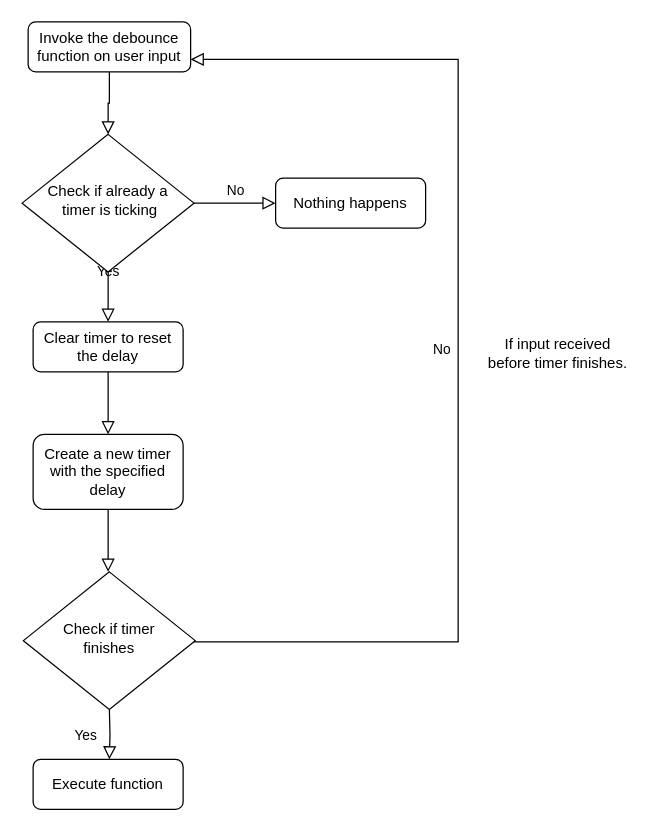
Earlier version of the draw.io diagram Untitled Diagram.drawio (ankurnecessary/diagrams). Source tidied: cells renumbered, new cells numbered last; positions are measured from the earlier drawing's top-left corner, leaving out a move shared by most shapes. Both pictures are drawn from the tidied source at 125%, with x=0, y=0 at pixel (21, 21).
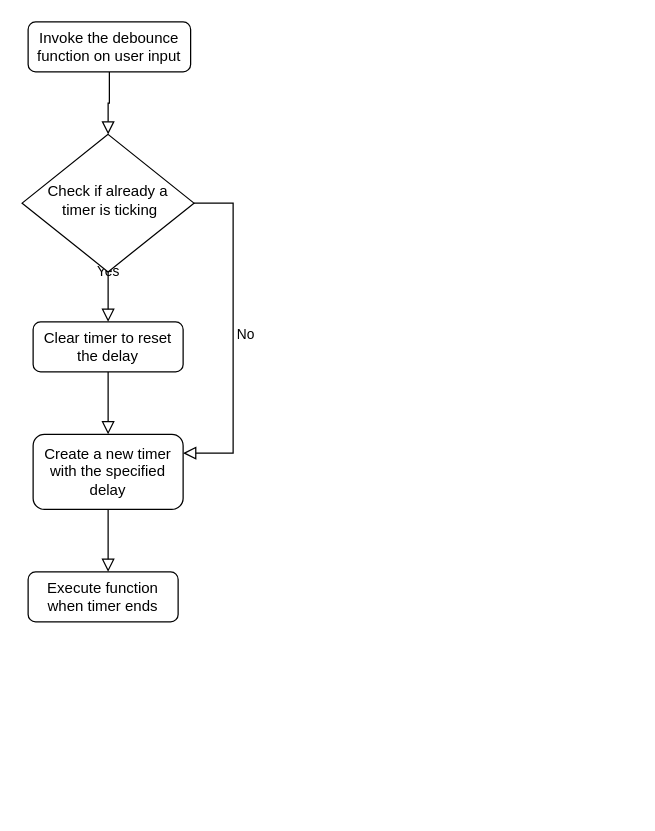
Above is the later version.

Commit message:
Corrected the debounce function algorithm.

The change refers to these unchanged cells:
```xml
<mxCell id="3" value="Invoke the debounce function on user input" style="rounded=1;whiteSpace=wrap;html=1;fontSize=12;glass=0;strokeWidth=1;shadow=0;" parent="1" vertex="1">
  <mxGeometry x="5" width="130" height="40" as="geometry" />
</mxCell>
<mxCell id="6" value="Check if already a&lt;br&gt;&amp;nbsp;timer is ticking" style="rhombus;whiteSpace=wrap;html=1;shadow=0;fontFamily=Helvetica;fontSize=12;align=center;strokeWidth=1;spacing=6;spacingTop=-4;" parent="1" vertex="1">
  <mxGeometry x="0.2" y="90" width="137.5" height="110" as="geometry" />
</mxCell>
<mxCell id="9" value="Create a new timer with the specified delay" style="rounded=1;whiteSpace=wrap;html=1;" parent="1" vertex="1">
  <mxGeometry x="9" y="330" width="120" height="60" as="geometry" />
</mxCell>
```

Change to the diagram source:
```diff
@@
-    <mxCell id="5" value="No" style="edgeStyle=orthogonalEdgeStyle;rounded=0;html=1;jettySize=auto;fontSize=11;endArrow=block;endFill=0;endSize=8;strokeWidth=1;shadow=0;labelBackgroundColor=none;" parent="1" edge="1" source="6" target="7">
-      <mxGeometry y="10" relative="1" as="geometry" />
+    <mxCell id="5" value="No" style="edgeStyle=orthogonalEdgeStyle;rounded=0;html=1;jettySize=auto;fontSize=11;endArrow=block;endFill=0;endSize=8;strokeWidth=1;shadow=0;labelBackgroundColor=none;entryX=1;entryY=0.25;entryDx=0;entryDy=0;" parent="1" edge="1" source="6" target="9">
+      <mxGeometry y="10" relative="1" as="geometry">
+        <Array as="points">
+          <mxPoint x="169" y="145" />
+          <mxPoint x="169" y="345" />
+        </Array>
+      </mxGeometry>
     </mxCell>
@@
-    <mxCell id="7" value="Nothing happens" style="rounded=1;whiteSpace=wrap;html=1;fontSize=12;glass=0;strokeWidth=1;shadow=0;" parent="1" vertex="1">
-      <mxGeometry x="203" y="125" width="120" height="40" as="geometry" />
-    </mxCell>
@@
-    <mxCell id="12" value="Check if timer &lt;br&gt;finishes" style="rhombus;whiteSpace=wrap;html=1;shadow=0;fontFamily=Helvetica;fontSize=12;align=center;strokeWidth=1;spacing=6;spacingTop=-4;" parent="1" vertex="1">
-      <mxGeometry x="1.2" y="440" width="137.5" height="110" as="geometry" />
-    </mxCell>
-    <mxCell id="13" value="Yes" style="rounded=0;html=1;jettySize=auto;orthogonalLoop=1;fontSize=11;endArrow=block;endFill=0;endSize=8;strokeWidth=1;shadow=0;labelBackgroundColor=none;edgeStyle=orthogonalEdgeStyle;" parent="1" edge="1">
-      <mxGeometry y="20" relative="1" as="geometry">
-        <mxPoint x="70" y="550" as="sourcePoint" />
-        <mxPoint x="70" y="590" as="targetPoint" />
-      </mxGeometry>
-    </mxCell>
-    <mxCell id="14" value="Execute function" style="rounded=1;whiteSpace=wrap;html=1;" parent="1" vertex="1">
-      <mxGeometry x="9" y="590" width="120" height="40" as="geometry" />
+    <mxCell id="14" value="Execute function when timer ends" style="rounded=1;whiteSpace=wrap;html=1;" parent="1" vertex="1">
+      <mxGeometry x="5" y="440" width="120" height="40" as="geometry" />
     </mxCell>
-    <mxCell id="15" value="No&amp;nbsp;&amp;nbsp;" style="edgeStyle=orthogonalEdgeStyle;rounded=0;html=1;jettySize=auto;fontSize=11;endArrow=block;endFill=0;endSize=8;strokeWidth=1;shadow=0;labelBackgroundColor=none;entryX=1;entryY=0.75;entryDx=0;entryDy=0;" parent="1" edge="1" target="3">
-      <mxGeometry y="10" relative="1" as="geometry">
-        <mxPoint x="138" y="495" as="sourcePoint" />
-        <Array as="points">
-          <mxPoint x="138" y="496" />
-          <mxPoint x="349" y="496" />
-          <mxPoint x="349" y="30" />
-        </Array>
-      </mxGeometry>
-    </mxCell>
-    <mxCell id="16" value="If input received before timer finishes." style="text;html=1;align=center;verticalAlign=middle;whiteSpace=wrap;rounded=0;" parent="1" vertex="1">
-      <mxGeometry x="369" y="250" width="120" height="30" as="geometry" />
-    </mxCell>
```
